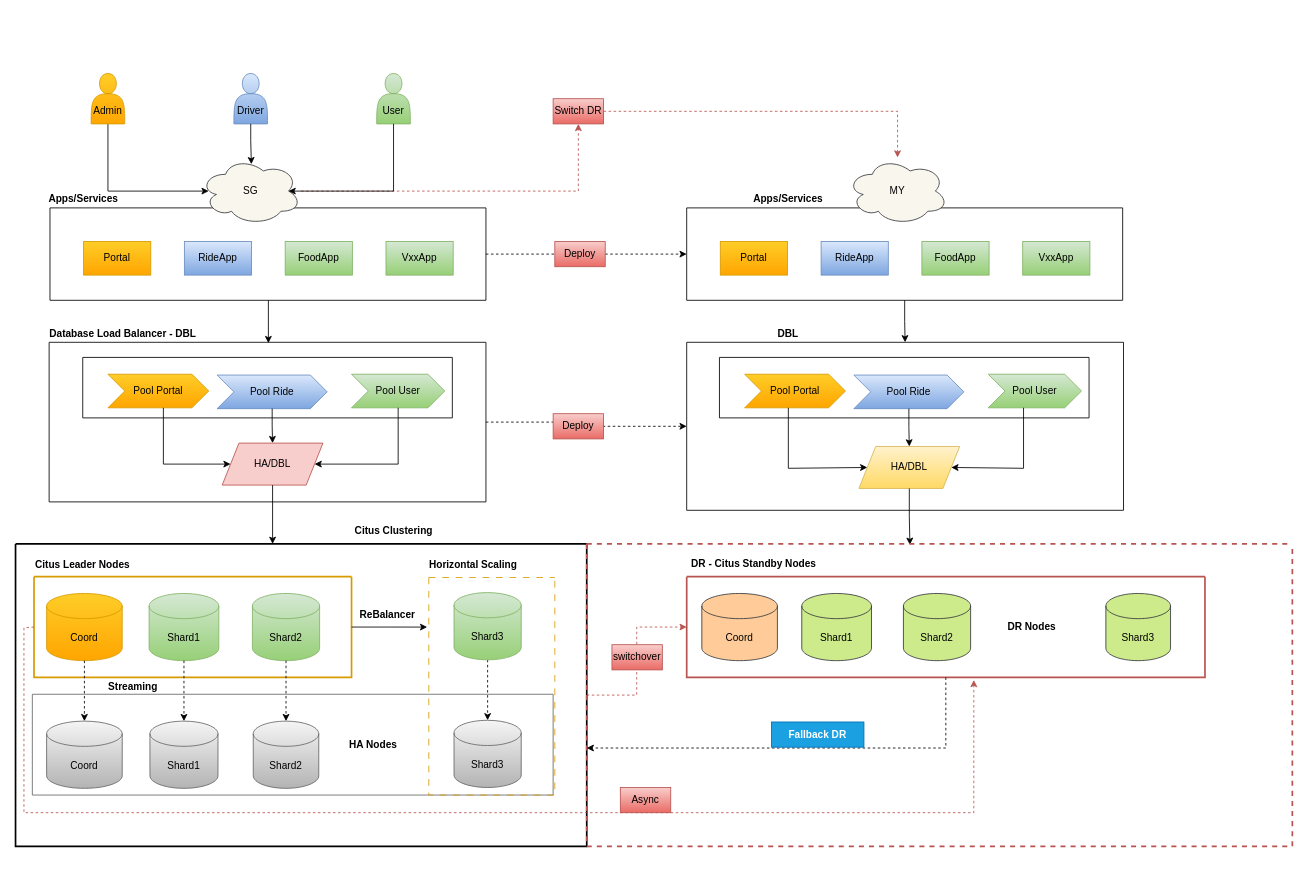
Earlier version of the draw.io diagram Copy of Citus Cluster - Infrastructure.drawio (quanntt0203/PostgreSQL-HA). Source tidied: cells renumbered, new cells numbered last; positions are measured from the earlier drawing's top-left corner, leaving out a move shared by most shapes. Both pictures are drawn from the tidied source at 84%, with x=0, y=0 at pixel (15, 73).
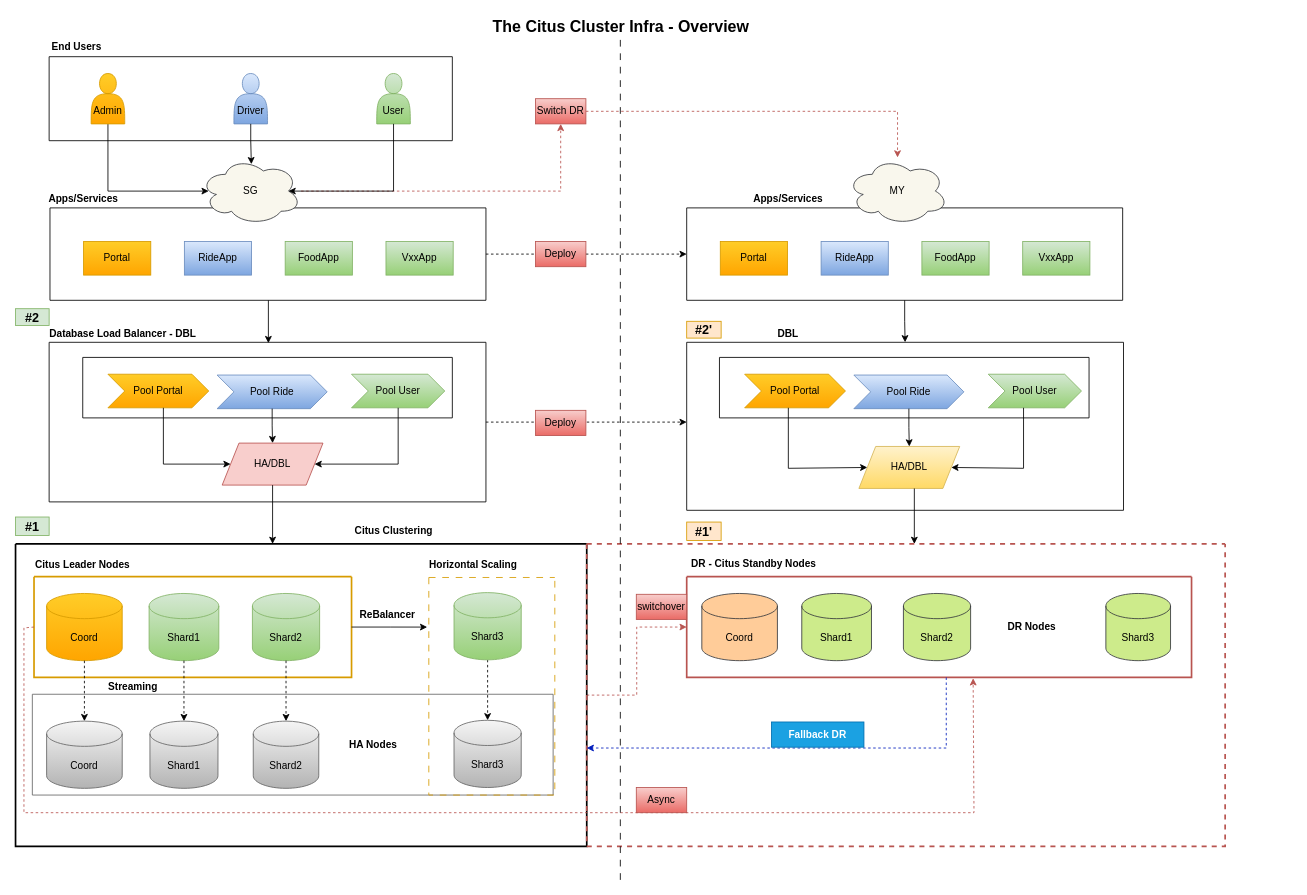
Above is the later version.

Unchanged cells that the change refers to:
```xml
<mxCell id="3" value="&lt;div&gt;&lt;br&gt;&lt;/div&gt;&lt;div&gt;&lt;br&gt;&lt;/div&gt;&lt;div&gt;Admin&lt;/div&gt;" style="shape=actor;whiteSpace=wrap;html=1;fillColor=#ffcd28;strokeColor=#d79b00;gradientColor=#ffa500;" parent="1" vertex="1">
  <mxGeometry x="90" width="40" height="60" as="geometry" />
</mxCell>
<mxCell id="18" style="swimlane;startSize=0;fillColor=#ffcd28;strokeColor=#d79b00;gradientColor=#ffa500;strokeWidth=2;" parent="14" vertex="1">
  <mxGeometry x="2" y="-140" width="378" height="120" as="geometry" />
</mxCell>
<mxCell id="33" style="swimlane;startSize=0;" parent="1" vertex="1">
  <mxGeometry x="40" y="320" width="520" height="190" as="geometry" />
</mxCell>
<mxCell id="44" value="SG" style="ellipse;shape=cloud;whiteSpace=wrap;html=1;fillColor=#f9f7ed;strokeColor=#36393d;" parent="1" vertex="1">
  <mxGeometry x="220" y="100" width="120" height="80" as="geometry" />
</mxCell>
<mxCell id="58" style="swimlane;startSize=0;" parent="1" vertex="1">
  <mxGeometry x="799" y="320" width="520" height="200" as="geometry" />
</mxCell>
<mxCell id="59" value="HA/DBL" style="shape=parallelogram;perimeter=parallelogramPerimeter;whiteSpace=wrap;html=1;fixedSize=1;fillColor=#fff2cc;gradientColor=#ffd966;strokeColor=#d6b656;" parent="58" vertex="1">
  <mxGeometry x="205" y="124" width="120" height="50" as="geometry" />
</mxCell>
```

What changed in the source:
```diff
@@
-    <mxCell id="2" style="edgeStyle=orthogonalEdgeStyle;rounded=0;jettySize=auto;html=1;entryX=0.083;entryY=0.5;entryDx=0;entryDy=0;entryPerimeter=0;" parent="1" edge="1" source="3" target="44">
+    <mxCell id="2" style="edgeStyle=orthogonalEdgeStyle;rounded=0;jettySize=auto;html=1;entryX=0.083;entryY=0.5;entryDx=0;entryDy=0;entryPerimeter=0;jumpStyle=arc;" parent="1" edge="1" source="3" target="44">
       <mxGeometry relative="1" as="geometry">
         <Array as="points">
           <mxPoint x="110" y="140" />
         </Array>
       </mxGeometry>
     </mxCell>
@@
     <mxCell id="32" style="edgeStyle=orthogonalEdgeStyle;rounded=0;jettySize=auto;html=1;dashed=1;" parent="1" edge="1" source="33" target="58">
-      <mxGeometry relative="1" as="geometry" />
+      <mxGeometry relative="1" as="geometry">
+        <Array as="points">
+          <mxPoint x="740" y="415" />
+          <mxPoint x="740" y="415" />
+        </Array>
+      </mxGeometry>
     </mxCell>
@@
-    <mxCell id="68" style="edgeStyle=orthogonalEdgeStyle;rounded=0;jettySize=auto;html=1;entryX=0.458;entryY=0.003;entryDx=0;entryDy=0;entryPerimeter=0;" parent="1" edge="1" source="59" target="76">
-      <mxGeometry relative="1" as="geometry" />
+    <mxCell id="68" style="edgeStyle=orthogonalEdgeStyle;rounded=0;jettySize=auto;html=1;" parent="1" edge="1" source="59">
+      <mxGeometry relative="1" as="geometry">
+        <mxPoint x="1070" y="560" as="targetPoint" />
+        <Array as="points">
+          <mxPoint x="1070" y="560" />
+        </Array>
+      </mxGeometry>
     </mxCell>
-    <mxCell id="69" style="edgeStyle=orthogonalEdgeStyle;rounded=0;jettySize=auto;html=1;entryX=0.554;entryY=1.025;entryDx=0;entryDy=0;entryPerimeter=0;exitX=0;exitY=0.5;exitDx=0;exitDy=0;fillColor=#f8cecc;gradientColor=#ea6b66;strokeColor=#b85450;dashed=1;strokeWidth=1;jumpStyle=arc;" parent="1" edge="1" source="18" target="78">
+    <mxCell id="69" style="edgeStyle=orthogonalEdgeStyle;rounded=0;jettySize=auto;html=1;exitX=0;exitY=0.5;exitDx=0;exitDy=0;fillColor=#f8cecc;gradientColor=#ea6b66;strokeColor=#b85450;dashed=1;strokeWidth=1;jumpStyle=arc;" parent="1" edge="1" source="18">
       <mxGeometry relative="1" as="geometry">
+        <mxPoint x="1140" y="720" as="targetPoint" />
         <Array as="points">
           <mxPoint x="22" y="660" />
           <mxPoint x="10" y="660" />
           <mxPoint x="10" y="880" />
           <mxPoint x="1141" y="880" />
         </Array>
       </mxGeometry>
     </mxCell>
@@
     <mxCell id="71" value="Switch DR" style="text;html=1;whiteSpace=wrap;strokeColor=#b85450;fillColor=#f8cecc;align=center;verticalAlign=middle;rounded=0;gradientColor=#ea6b66;" parent="1" vertex="1">
-      <mxGeometry x="640" y="30" width="60" height="30" as="geometry" />
+      <mxGeometry x="619" y="30" width="60" height="30" as="geometry" />
     </mxCell>
     <mxCell id="72" value="Deploy" style="text;html=1;whiteSpace=wrap;strokeColor=#b85450;fillColor=#f8cecc;align=center;verticalAlign=middle;rounded=0;gradientColor=#ea6b66;" parent="1" vertex="1">
-      <mxGeometry x="640" y="405" width="60" height="30" as="geometry" />
+      <mxGeometry x="619" y="401" width="60" height="30" as="geometry" />
     </mxCell>
@@
     <mxCell id="75" value="Deploy" style="text;html=1;whiteSpace=wrap;strokeColor=#b85450;fillColor=#f8cecc;align=center;verticalAlign=middle;rounded=0;gradientColor=#ea6b66;" parent="1" vertex="1">
-      <mxGeometry x="642" y="200" width="60" height="30" as="geometry" />
+      <mxGeometry x="619" y="200" width="60" height="30" as="geometry" />
     </mxCell>
     <mxCell id="76" style="swimlane;startSize=0;fillColor=#f8cecc;gradientColor=#ea6b66;strokeColor=#b85450;dashed=1;strokeWidth=2;" parent="1" vertex="1">
-      <mxGeometry x="680" y="560" width="840" height="360" as="geometry" />
+      <mxGeometry x="680" y="560" width="760" height="360" as="geometry" />
     </mxCell>
@@
     <mxCell id="78" style="swimlane;startSize=0;fillColor=#f8cecc;gradientColor=#ea6b66;strokeColor=#b85450;strokeWidth=2;" parent="76" vertex="1">
-      <mxGeometry x="119" y="39" width="617" height="120" as="geometry" />
+      <mxGeometry x="119" y="39" width="601" height="120" as="geometry" />
     </mxCell>
@@
     <mxCell id="84" value="Async" style="text;html=1;whiteSpace=wrap;strokeColor=#b85450;fillColor=#f8cecc;align=center;verticalAlign=middle;rounded=0;gradientColor=#ea6b66;" parent="76" vertex="1">
-      <mxGeometry x="40" y="290" width="60" height="30" as="geometry" />
+      <mxGeometry x="59" y="290" width="60" height="30" as="geometry" />
     </mxCell>
     <mxCell id="85" value="switchover" style="text;html=1;whiteSpace=wrap;strokeColor=#b85450;fillColor=#f8cecc;align=center;verticalAlign=middle;rounded=0;gradientColor=#ea6b66;" parent="76" vertex="1">
-      <mxGeometry x="30" y="120" width="60" height="30" as="geometry" />
+      <mxGeometry x="59" y="60" width="60" height="30" as="geometry" />
     </mxCell>
@@
-    <mxCell id="89" style="edgeStyle=orthogonalEdgeStyle;rounded=0;jettySize=auto;html=1;dashed=1;" parent="1" edge="1" source="78">
+    <mxCell id="89" style="edgeStyle=orthogonalEdgeStyle;rounded=0;jettySize=auto;html=1;dashed=1;fillColor=#0050ef;strokeColor=#001DBC;" parent="1" edge="1" source="78">
       <mxGeometry relative="1" as="geometry">
         <mxPoint x="680" y="803" as="targetPoint" />
         <Array as="points">
           <mxPoint x="1108" y="803" />
         </Array>
       </mxGeometry>
     </mxCell>
@@
+    <mxCell id="91" style="endArrow=none;dashed=1;html=1;strokeWidth=1;rounded=0;dashPattern=8 8;" parent="1" edge="1">
+      <mxGeometry relative="1" as="geometry">
+        <mxPoint x="720" y="960" as="sourcePoint" />
+        <mxPoint x="720" y="-40" as="targetPoint" />
+      </mxGeometry>
+    </mxCell>
+    <mxCell id="92" value="The Citus Cluster Infra - Overview" style="text;html=1;whiteSpace=wrap;strokeColor=none;fillColor=none;align=center;verticalAlign=middle;rounded=0;fontStyle=1;fontSize=19;" parent="1" vertex="1">
+      <mxGeometry x="520.5" y="-70" width="400" height="30" as="geometry" />
+    </mxCell>
+    <mxCell id="93" value="&lt;b&gt;&lt;font style=&quot;font-size: 15px;&quot;&gt;#1&lt;/font&gt;&lt;/b&gt;" style="text;html=1;whiteSpace=wrap;strokeColor=#82b366;fillColor=#d5e8d4;align=center;verticalAlign=middle;rounded=0;" parent="1" vertex="1">
+      <mxGeometry y="528" width="40" height="22" as="geometry" />
+    </mxCell>
+    <mxCell id="94" value="&lt;b&gt;&lt;font style=&quot;font-size: 15px;&quot;&gt;#1'&lt;/font&gt;&lt;/b&gt;" style="text;html=1;whiteSpace=wrap;strokeColor=#d79b00;fillColor=#ffe6cc;align=center;verticalAlign=middle;rounded=0;" parent="1" vertex="1">
+      <mxGeometry x="799" y="534" width="41" height="22" as="geometry" />
+    </mxCell>
+    <mxCell id="95" value="&lt;b&gt;&lt;font style=&quot;font-size: 15px;&quot;&gt;#2&lt;/font&gt;&lt;/b&gt;" style="text;html=1;whiteSpace=wrap;strokeColor=#82b366;fillColor=#d5e8d4;align=center;verticalAlign=middle;rounded=0;" parent="1" vertex="1">
+      <mxGeometry y="280" width="40" height="20" as="geometry" />
+    </mxCell>
+    <mxCell id="96" value="&lt;b&gt;&lt;font style=&quot;font-size: 15px;&quot;&gt;#2'&lt;/font&gt;&lt;/b&gt;" style="text;html=1;whiteSpace=wrap;strokeColor=#d79b00;fillColor=#ffe6cc;align=center;verticalAlign=middle;rounded=0;" parent="1" vertex="1">
+      <mxGeometry x="799" y="295" width="41" height="20" as="geometry" />
+    </mxCell>
+    <mxCell id="97" style="swimlane;startSize=0;" parent="1" vertex="1">
+      <mxGeometry x="40" y="-20" width="480" height="100" as="geometry" />
+    </mxCell>
+    <mxCell id="98" value="&lt;b&gt;End Users&lt;/b&gt;" style="text;html=1;whiteSpace=wrap;strokeColor=none;fillColor=none;align=center;verticalAlign=middle;rounded=0;" parent="1" vertex="1">
+      <mxGeometry x="38" y="-46" width="70" height="30" as="geometry" />
+    </mxCell>
```
